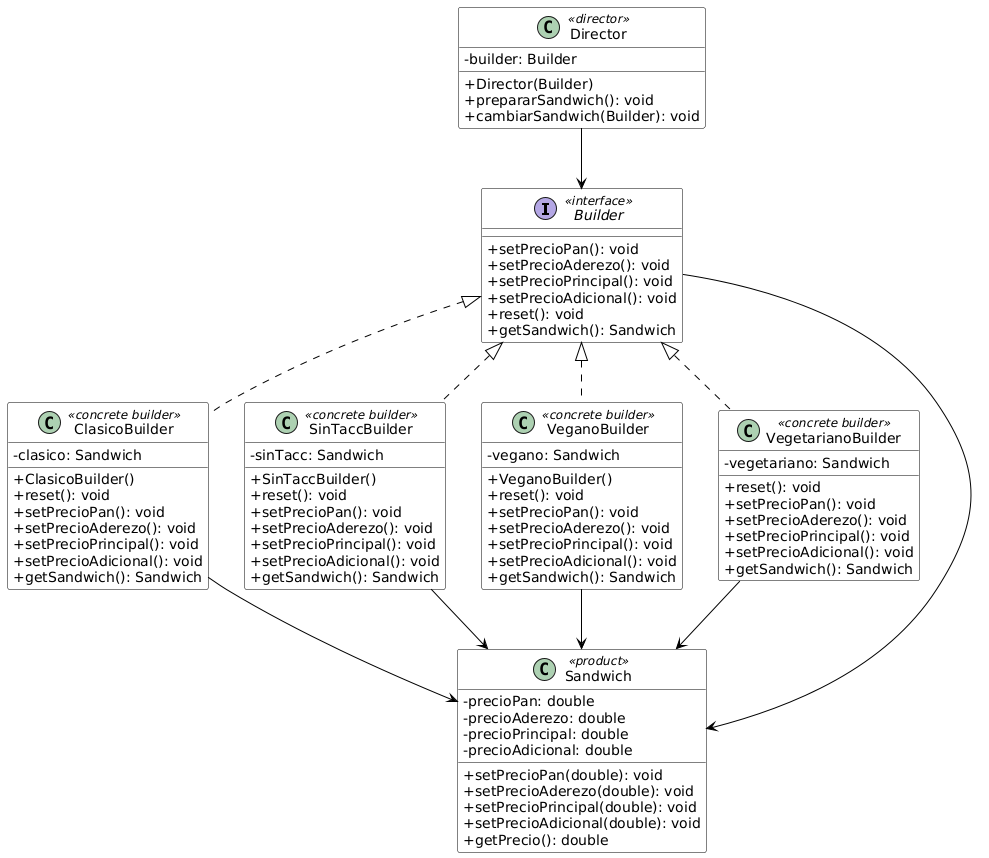
Earlier version of the PlantUML export Patrones/UML/Ejercicio13.png (AndresMurray/Objetos-2). The source it was exported from:
```plantuml
@startuml
skinparam classAttributeIconSize 0
skinparam class {
    BackgroundColor White
    ArrowColor Black
    BorderColor Black
}





interface Builder <<interface>> {
    +setPrecioPan(): void
    +setPrecioAderezo(): void
    +setPrecioPrincipal(): void
    +setPrecioAdicional(): void
    +reset(): void
    +getSandwich(): Sandwich
}

class Sandwich <<product>> {
    -precioPan: double
    -precioAderezo: double
    -precioPrincipal: double
    -precioAdicional: double
    +setPrecioPan(double): void
    +setPrecioAderezo(double): void
    +setPrecioPrincipal(double): void
    +setPrecioAdicional(double): void
    +getPrecio(): double
}

class ClasicoBuilder <<concrete builder>> {
    -clasico: Sandwich
    +ClasicoBuilder()
    +reset(): void
    +setPrecioPan(): void
    +setPrecioAderezo(): void
    +setPrecioPrincipal(): void
    +setPrecioAdicional(): void
    +getSandwich(): Sandwich
}

class SinTaccBuilder <<concrete builder>> {
    -sinTacc: Sandwich
    +SinTaccBuilder()
    +reset(): void
    +setPrecioPan(): void
    +setPrecioAderezo(): void
    +setPrecioPrincipal(): void
    +setPrecioAdicional(): void
    +getSandwich(): Sandwich
}

class VeganoBuilder <<concrete builder>> {
    -vegano: Sandwich
    +VeganoBuilder()
    +reset(): void
    +setPrecioPan(): void
    +setPrecioAderezo(): void
    +setPrecioPrincipal(): void
    +setPrecioAdicional(): void
    +getSandwich(): Sandwich
}

class VegetarianoBuilder <<concrete builder>> {
    -vegetariano: Sandwich
    +reset(): void
    +setPrecioPan(): void
    +setPrecioAderezo(): void
    +setPrecioPrincipal(): void
    +setPrecioAdicional(): void
    +getSandwich(): Sandwich
}

class Director <<director>> {
    -builder: Builder
    +Director(Builder)
    +prepararSandwich(): void
    +cambiarSandwich(Builder): void
}

Builder <|.. ClasicoBuilder
Builder <|.. SinTaccBuilder
Builder <|.. VeganoBuilder
Builder <|.. VegetarianoBuilder

Director --> Builder
ClasicoBuilder --> Sandwich
SinTaccBuilder --> Sandwich
VeganoBuilder --> Sandwich
VegetarianoBuilder --> Sandwich
Sandwich <-- Builder
@enduml
```
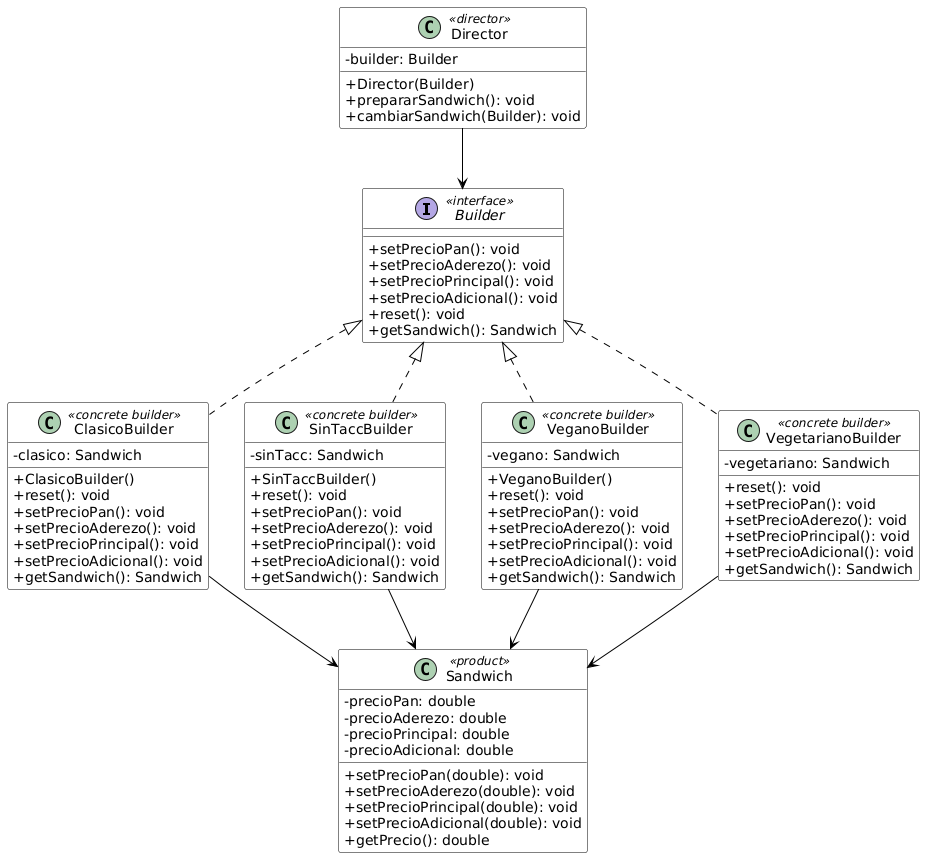
The same file after the commit.

Change to the diagram source:
```diff
@@ -91,5 +91,4 @@
 SinTaccBuilder --> Sandwich
 VeganoBuilder --> Sandwich
 VegetarianoBuilder --> Sandwich
-Sandwich <-- Builder
 @enduml
```
